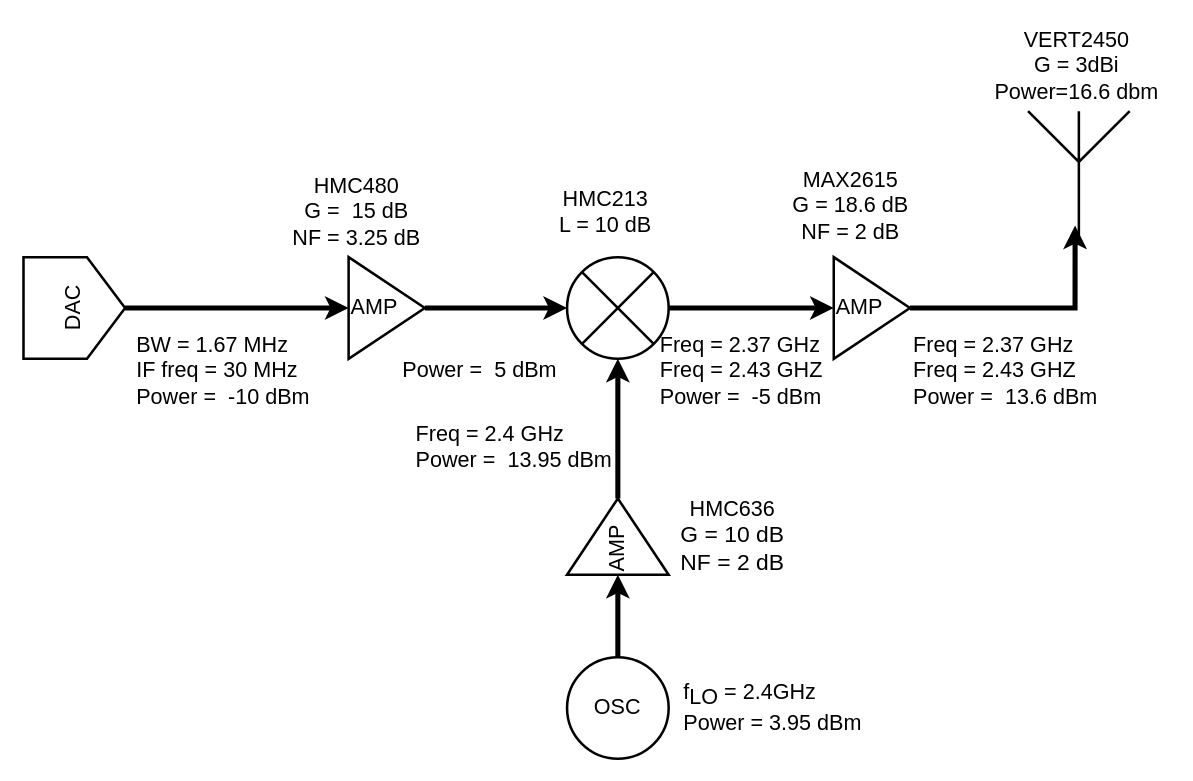
The draw.io diagram transmitter.drawio in chenbin234/MCC125-Wireless-link-project, before the edit. Source tidied: cells renumbered, new cells numbered last; positions are measured from the earlier drawing's top-left corner, leaving out a move shared by most shapes. Both pictures are drawn from the tidied source at 127%, with x=0, y=0 at pixel (23, 22).
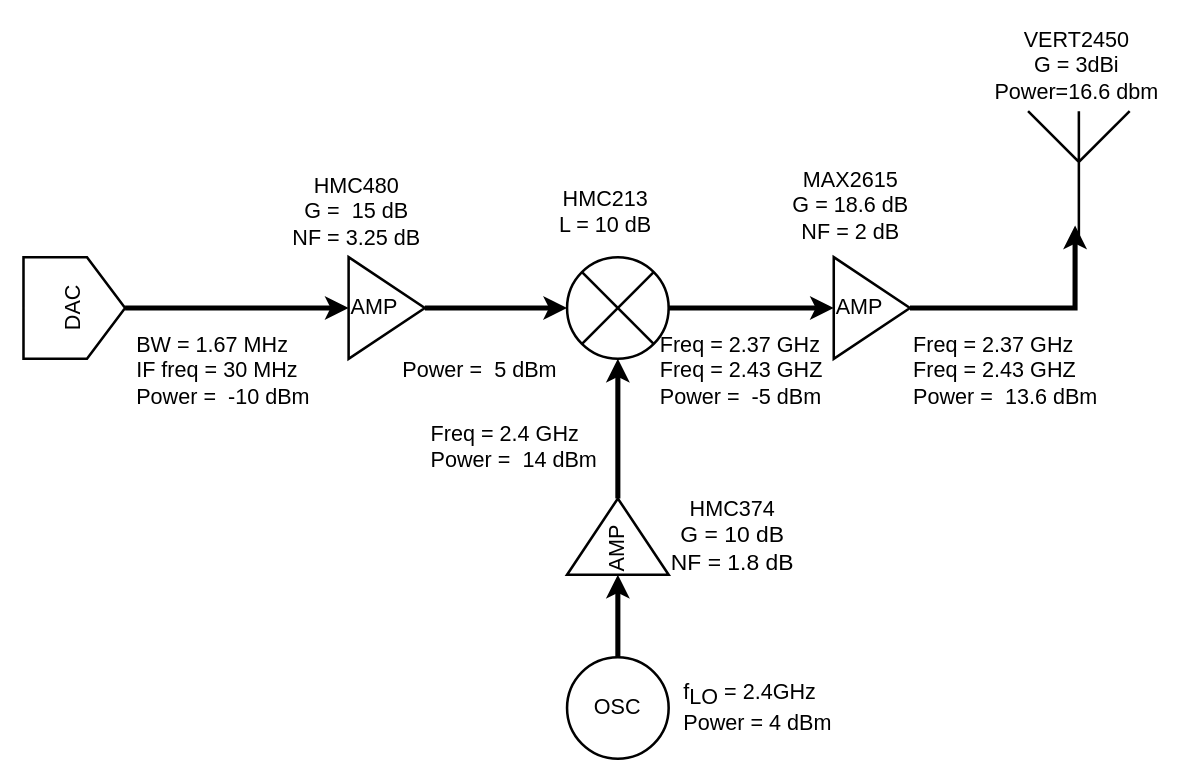
Above is the later version.

What changed in the source:
```diff
@@
-    <mxCell id="15" value="&lt;font style=&quot;font-size: 17px;&quot;&gt;f&lt;sub style=&quot;font-size: 17px;&quot;&gt;LO&lt;/sub&gt; = 2.4GHz&lt;br&gt;Power = 3.95 dBm&lt;br&gt;&lt;/font&gt;" style="text;html=1;align=left;verticalAlign=middle;strokeColor=none;fillColor=none;fontSize=17;" parent="1" vertex="1">
-      <mxGeometry x="518" y="510" width="160" height="60" as="geometry" />
+    <mxCell id="15" value="&lt;font style=&quot;font-size: 17px;&quot;&gt;f&lt;sub style=&quot;font-size: 17px;&quot;&gt;LO&lt;/sub&gt; = 2.4GHz&lt;br&gt;Power = 4 dBm&lt;br&gt;&lt;/font&gt;" style="text;html=1;align=left;verticalAlign=middle;strokeColor=none;fillColor=none;fontSize=17;" parent="1" vertex="1">
+      <mxGeometry x="518" y="510" width="140" height="60" as="geometry" />
     </mxCell>
@@
-    <mxCell id="18" value="HMC636&lt;br style=&quot;border-color: var(--border-color); font-size: 18px;&quot;&gt;&lt;span style=&quot;font-size: 18px;&quot;&gt;G = 10 dB&lt;/span&gt;&lt;br style=&quot;border-color: var(--border-color); font-size: 18px;&quot;&gt;&lt;span style=&quot;font-size: 18px;&quot;&gt;NF = 2 dB&lt;/span&gt;" style="text;html=1;align=center;verticalAlign=middle;strokeColor=none;fillColor=none;fontSize=17;" parent="1" vertex="1">
-      <mxGeometry x="503" y="365" width="110" height="80" as="geometry" />
+    <mxCell id="18" value="HMC374&lt;br style=&quot;border-color: var(--border-color); font-size: 18px;&quot;&gt;&lt;span style=&quot;font-size: 18px;&quot;&gt;G = 10 dB&lt;/span&gt;&lt;br style=&quot;border-color: var(--border-color); font-size: 18px;&quot;&gt;&lt;span style=&quot;font-size: 18px;&quot;&gt;NF = 1.8 dB&lt;/span&gt;" style="text;html=1;align=center;verticalAlign=middle;strokeColor=none;fillColor=none;fontSize=17;" parent="1" vertex="1">
+      <mxGeometry x="498" y="365" width="120" height="80" as="geometry" />
     </mxCell>
@@
-    <mxCell id="25" value="&lt;div style=&quot;text-align: left; font-size: 17px;&quot;&gt;&lt;span style=&quot;background-color: initial; font-size: 17px;&quot;&gt;Freq = 2.4 GHz&lt;/span&gt;&lt;/div&gt;&lt;div style=&quot;text-align: left; font-size: 17px;&quot;&gt;&lt;span style=&quot;background-color: initial; font-size: 17px;&quot;&gt;Power =&amp;nbsp; 13.95 dBm&lt;/span&gt;&lt;br style=&quot;font-size: 17px;&quot;&gt;&lt;/div&gt;" style="text;html=1;align=center;verticalAlign=middle;strokeColor=none;fillColor=none;fontSize=17;" parent="1" vertex="1">
-      <mxGeometry x="296" y="310" width="180" height="50" as="geometry" />
+    <mxCell id="25" value="&lt;div style=&quot;text-align: left; font-size: 17px;&quot;&gt;&lt;span style=&quot;background-color: initial; font-size: 17px;&quot;&gt;Freq = 2.4 GHz&lt;/span&gt;&lt;/div&gt;&lt;div style=&quot;text-align: left; font-size: 17px;&quot;&gt;&lt;span style=&quot;background-color: initial; font-size: 17px;&quot;&gt;Power =&amp;nbsp; 14 dBm&lt;/span&gt;&lt;br style=&quot;font-size: 17px;&quot;&gt;&lt;/div&gt;" style="text;html=1;align=center;verticalAlign=middle;strokeColor=none;fillColor=none;fontSize=17;" parent="1" vertex="1">
+      <mxGeometry x="311" y="310" width="150" height="50" as="geometry" />
     </mxCell>
```
